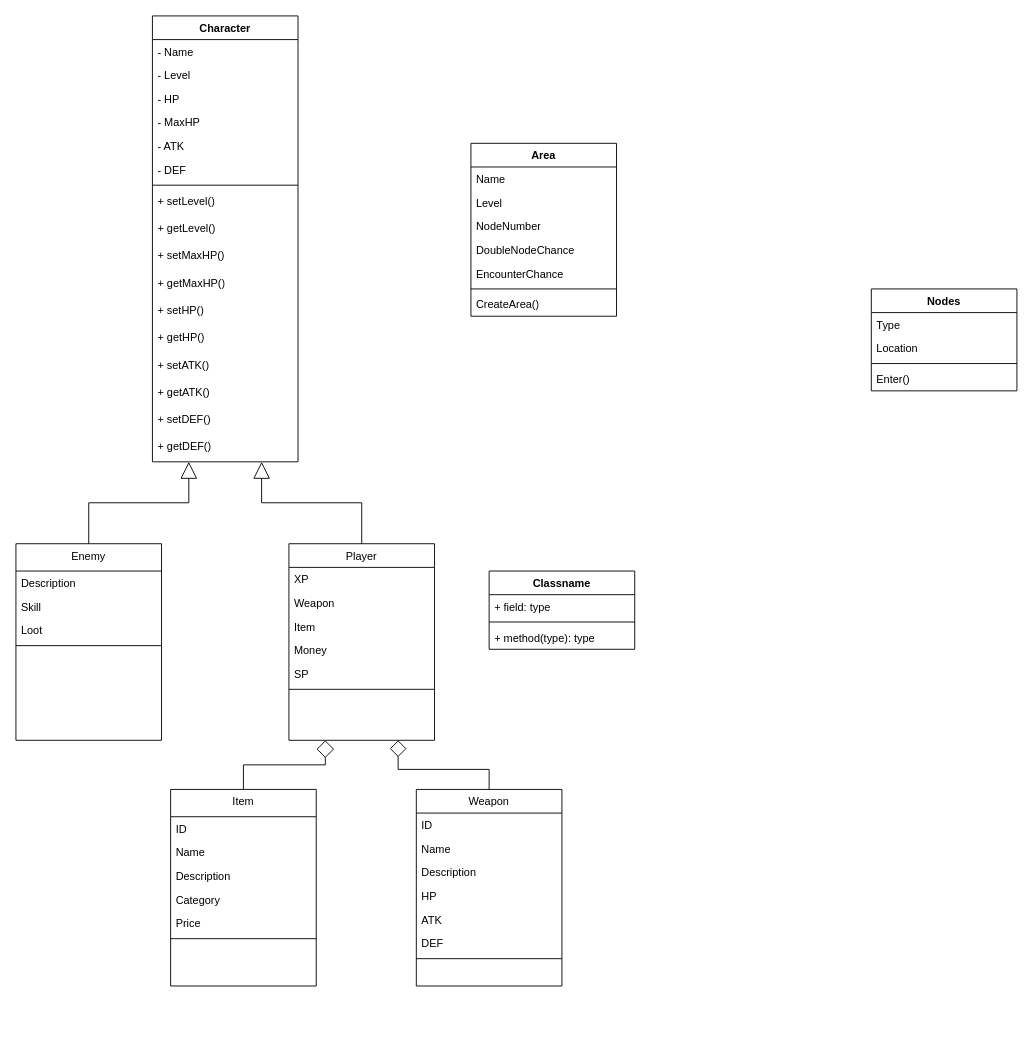
Before: PBL2.drawio in hoanghuyhoc/PBL2, a draw.io diagram. Source tidied: cells renumbered, new cells numbered last; positions are measured from the earlier drawing's top-left corner, leaving out a move shared by most shapes. Both pictures are drawn from the tidied source at 91%, with x=0, y=0 at pixel (15, 15).
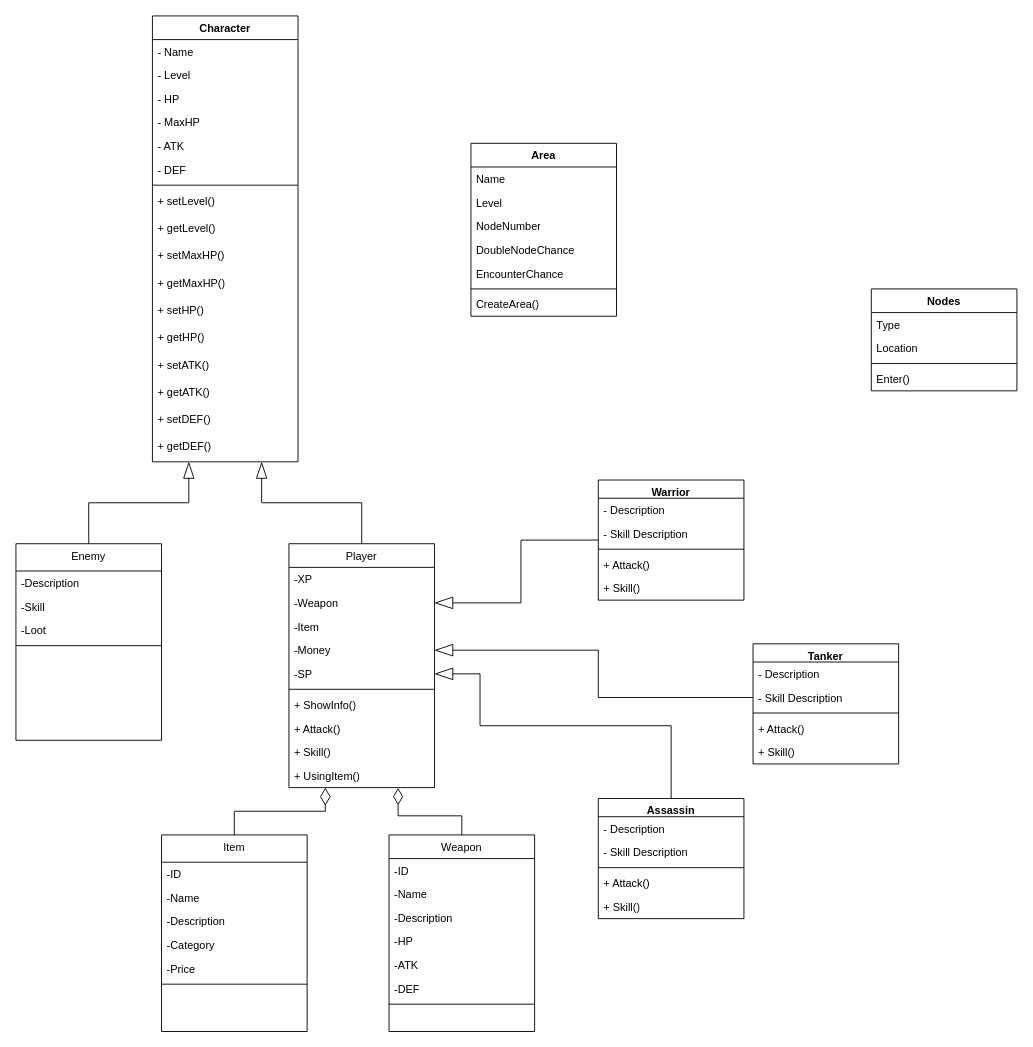
The same diagram, later.

Commit message (it also covers changes not shown here):
Add Player classes: Warrior and Assassin

The change refers to these unchanged cells:
```xml
<mxCell id="2" value="Character" style="swimlane;fontStyle=1;align=center;verticalAlign=top;horizontal=1;startSize=26;rounded=0;shadow=0;strokeWidth=1;" parent="1" vertex="1">
  <mxGeometry x="150" width="160" height="490" as="geometry" />
</mxCell>
<mxCell id="28" value="Enemy" style="swimlane;fontStyle=0;align=center;verticalAlign=top;horizontal=1;startSize=30;rounded=0;shadow=0;strokeWidth=1;" parent="1" vertex="1">
  <mxGeometry y="580" width="160" height="216" as="geometry" />
</mxCell>
```

What changed in the source:
```diff
@@
     <mxCell id="20" value="Player" style="swimlane;fontStyle=0;align=center;verticalAlign=top;horizontal=1;startSize=26;rounded=0;shadow=0;strokeWidth=1;" parent="1" vertex="1">
-      <mxGeometry x="300" y="580" width="160" height="216" as="geometry" />
+      <mxGeometry x="300" y="580" width="160" height="268" as="geometry" />
     </mxCell>
-    <mxCell id="21" value="XP&#10;" style="text;align=left;verticalAlign=top;spacingLeft=4;spacingRight=4;overflow=hidden;" parent="20" vertex="1">
+    <mxCell id="21" value="-XP" style="text;align=left;verticalAlign=top;spacingLeft=4;spacingRight=4;overflow=hidden;" parent="20" vertex="1">
       <mxGeometry y="26" width="160" height="26" as="geometry" />
     </mxCell>
-    <mxCell id="22" value="Weapon" style="text;align=left;verticalAlign=top;spacingLeft=4;spacingRight=4;overflow=hidden;points=[[0,0.5],[1,0.5]];portConstraint=eastwest;rounded=0;shadow=0;html=0;" parent="20" vertex="1">
+    <mxCell id="22" value="-Weapon" style="text;align=left;verticalAlign=top;spacingLeft=4;spacingRight=4;overflow=hidden;points=[[0,0.5],[1,0.5]];portConstraint=eastwest;rounded=0;shadow=0;html=0;" parent="20" vertex="1">
       <mxGeometry y="52" width="160" height="26" as="geometry" />
     </mxCell>
-    <mxCell id="23" value="Item" style="text;align=left;verticalAlign=top;spacingLeft=4;spacingRight=4;overflow=hidden;rounded=0;shadow=0;html=0;" parent="20" vertex="1">
+    <mxCell id="23" value="-Item" style="text;align=left;verticalAlign=top;spacingLeft=4;spacingRight=4;overflow=hidden;rounded=0;shadow=0;html=0;" parent="20" vertex="1">
       <mxGeometry y="78" width="160" height="26" as="geometry" />
     </mxCell>
-    <mxCell id="24" value="Money" style="text;align=left;verticalAlign=top;spacingLeft=4;spacingRight=4;overflow=hidden;points=[[0,0.5],[1,0.5]];portConstraint=eastwest;rounded=0;shadow=0;html=0;" parent="20" vertex="1">
+    <mxCell id="24" value="-Money" style="text;align=left;verticalAlign=top;spacingLeft=4;spacingRight=4;overflow=hidden;points=[[0,0.5],[1,0.5]];portConstraint=eastwest;rounded=0;shadow=0;html=0;" parent="20" vertex="1">
       <mxGeometry y="104" width="160" height="26" as="geometry" />
     </mxCell>
-    <mxCell id="25" value="SP" style="text;align=left;verticalAlign=top;spacingLeft=4;spacingRight=4;overflow=hidden;points=[[0,0.5],[1,0.5]];portConstraint=eastwest;rounded=0;shadow=0;html=0;" parent="20" vertex="1">
+    <mxCell id="25" value="-SP" style="text;align=left;verticalAlign=top;spacingLeft=4;spacingRight=4;overflow=hidden;points=[[0,0.5],[1,0.5]];portConstraint=eastwest;rounded=0;shadow=0;html=0;" parent="20" vertex="1">
       <mxGeometry y="130" width="160" height="26" as="geometry" />
     </mxCell>
@@
+    <mxCell id="68" value="+ ShowInfo()" style="text;strokeColor=none;fillColor=none;align=left;verticalAlign=top;spacingLeft=4;spacingRight=4;overflow=hidden;whiteSpace=wrap;html=1;" parent="20" vertex="1">
+      <mxGeometry y="164" width="160" height="26" as="geometry" />
+    </mxCell>
+    <mxCell id="69" value="+ Attack()" style="text;strokeColor=none;fillColor=none;align=left;verticalAlign=top;spacingLeft=4;spacingRight=4;overflow=hidden;whiteSpace=wrap;html=1;" parent="20" vertex="1">
+      <mxGeometry y="190" width="160" height="26" as="geometry" />
+    </mxCell>
+    <mxCell id="70" value="+ Skill()" style="text;strokeColor=none;fillColor=none;align=left;verticalAlign=top;spacingLeft=4;spacingRight=4;overflow=hidden;whiteSpace=wrap;html=1;" parent="20" vertex="1">
+      <mxGeometry y="216" width="160" height="26" as="geometry" />
+    </mxCell>
+    <mxCell id="71" value="+ UsingItem()" style="text;strokeColor=none;fillColor=none;align=left;verticalAlign=top;spacingLeft=4;spacingRight=4;overflow=hidden;points=[[0,0.5],[1,0.5]];portConstraint=eastwest;whiteSpace=wrap;html=1;" parent="20" vertex="1">
+      <mxGeometry y="242" width="160" height="26" as="geometry" />
+    </mxCell>
-    <mxCell id="27" style="endArrow=block;endSize=16;endFill=0;html=1;rounded=0;exitX=0.5;exitY=0;exitDx=0;exitDy=0;entryX=0.75;entryY=1;entryDx=0;entryDy=0;edgeStyle=orthogonalEdgeStyle;" parent="1" edge="1" source="20" target="2">
+    <mxCell id="27" style="endArrow=blockThin;endSize=16;endFill=0;html=1;rounded=0;exitX=0.5;exitY=0;exitDx=0;exitDy=0;entryX=0.75;entryY=1;entryDx=0;entryDy=0;edgeStyle=orthogonalEdgeStyle;" parent="1" edge="1" source="20" target="2">
       <mxGeometry relative="1" as="geometry" />
     </mxCell>
@@
-    <mxCell id="29" value="Description" style="text;align=left;verticalAlign=top;spacingLeft=4;spacingRight=4;overflow=hidden;" parent="28" vertex="1">
+    <mxCell id="29" value="-Description" style="text;align=left;verticalAlign=top;spacingLeft=4;spacingRight=4;overflow=hidden;" parent="28" vertex="1">
       <mxGeometry y="30" width="160" height="26" as="geometry" />
     </mxCell>
-    <mxCell id="30" value="Skill" style="text;align=left;verticalAlign=top;spacingLeft=4;spacingRight=4;overflow=hidden;rounded=0;shadow=0;html=0;" parent="28" vertex="1">
+    <mxCell id="30" value="-Skill" style="text;align=left;verticalAlign=top;spacingLeft=4;spacingRight=4;overflow=hidden;rounded=0;shadow=0;html=0;" parent="28" vertex="1">
       <mxGeometry y="56" width="160" height="26" as="geometry" />
     </mxCell>
-    <mxCell id="31" value="Loot" style="text;align=left;verticalAlign=top;spacingLeft=4;spacingRight=4;overflow=hidden;rounded=0;shadow=0;html=0;" parent="28" vertex="1">
+    <mxCell id="31" value="-Loot" style="text;align=left;verticalAlign=top;spacingLeft=4;spacingRight=4;overflow=hidden;rounded=0;shadow=0;html=0;" parent="28" vertex="1">
       <mxGeometry y="82" width="160" height="26" as="geometry" />
     </mxCell>
@@
-    <mxCell id="33" style="endArrow=block;endSize=16;endFill=0;html=1;rounded=0;exitX=0.5;exitY=0;exitDx=0;exitDy=0;entryX=0.25;entryY=1;entryDx=0;entryDy=0;edgeStyle=orthogonalEdgeStyle;" parent="1" edge="1" source="28" target="2">
+    <mxCell id="33" style="endArrow=blockThin;endSize=16;endFill=0;html=1;rounded=0;exitX=0.5;exitY=0;exitDx=0;exitDy=0;entryX=0.25;entryY=1;entryDx=0;entryDy=0;edgeStyle=orthogonalEdgeStyle;" parent="1" edge="1" source="28" target="2">
       <mxGeometry relative="1" as="geometry" />
     </mxCell>
-    <mxCell id="34" style="edgeStyle=orthogonalEdgeStyle;rounded=0;jettySize=auto;html=1;exitX=0.5;exitY=0;exitDx=0;exitDy=0;entryX=0.75;entryY=1;entryDx=0;entryDy=0;endArrow=diamond;endFill=0;strokeWidth=1;endSize=16;targetPerimeterSpacing=0;" parent="1" edge="1" source="35" target="20">
+    <mxCell id="34" style="edgeStyle=orthogonalEdgeStyle;rounded=0;jettySize=auto;html=1;exitX=0.5;exitY=0;exitDx=0;exitDy=0;entryX=0.75;entryY=1.013;entryDx=0;entryDy=0;endArrow=diamondThin;endFill=0;strokeWidth=1;endSize=16;targetPerimeterSpacing=0;entryPerimeter=0;" parent="1" edge="1" source="35" target="71">
       <mxGeometry relative="1" as="geometry" />
     </mxCell>
     <mxCell id="35" value="Weapon" style="swimlane;fontStyle=0;align=center;verticalAlign=top;horizontal=1;startSize=26;rounded=0;shadow=0;strokeWidth=1;" parent="1" vertex="1">
-      <mxGeometry x="440" y="850" width="160" height="216" as="geometry" />
+      <mxGeometry x="410" y="900" width="160" height="216" as="geometry" />
     </mxCell>
-    <mxCell id="36" value="ID" style="text;align=left;verticalAlign=top;spacingLeft=4;spacingRight=4;overflow=hidden;" parent="35" vertex="1">
+    <mxCell id="36" value="-ID" style="text;align=left;verticalAlign=top;spacingLeft=4;spacingRight=4;overflow=hidden;" parent="35" vertex="1">
       <mxGeometry y="26" width="160" height="26" as="geometry" />
     </mxCell>
-    <mxCell id="37" value="Name" style="text;align=left;verticalAlign=top;spacingLeft=4;spacingRight=4;overflow=hidden;rounded=0;shadow=0;html=0;" parent="35" vertex="1">
+    <mxCell id="37" value="-Name" style="text;align=left;verticalAlign=top;spacingLeft=4;spacingRight=4;overflow=hidden;rounded=0;shadow=0;html=0;" parent="35" vertex="1">
       <mxGeometry y="52" width="160" height="26" as="geometry" />
     </mxCell>
-    <mxCell id="38" value="Description" style="text;align=left;verticalAlign=top;spacingLeft=4;spacingRight=4;overflow=hidden;rounded=0;shadow=0;html=0;" parent="35" vertex="1">
+    <mxCell id="38" value="-Description" style="text;align=left;verticalAlign=top;spacingLeft=4;spacingRight=4;overflow=hidden;rounded=0;shadow=0;html=0;" parent="35" vertex="1">
       <mxGeometry y="78" width="160" height="26" as="geometry" />
     </mxCell>
-    <mxCell id="39" value="HP" style="text;align=left;verticalAlign=top;spacingLeft=4;spacingRight=4;overflow=hidden;rounded=0;shadow=0;html=0;" parent="35" vertex="1">
+    <mxCell id="39" value="-HP" style="text;align=left;verticalAlign=top;spacingLeft=4;spacingRight=4;overflow=hidden;rounded=0;shadow=0;html=0;" parent="35" vertex="1">
       <mxGeometry y="104" width="160" height="26" as="geometry" />
     </mxCell>
-    <mxCell id="40" value="ATK" style="text;align=left;verticalAlign=top;spacingLeft=4;spacingRight=4;overflow=hidden;rounded=0;shadow=0;html=0;" parent="35" vertex="1">
+    <mxCell id="40" value="-ATK" style="text;align=left;verticalAlign=top;spacingLeft=4;spacingRight=4;overflow=hidden;rounded=0;shadow=0;html=0;" parent="35" vertex="1">
       <mxGeometry y="130" width="160" height="26" as="geometry" />
     </mxCell>
-    <mxCell id="41" value="DEF" style="text;align=left;verticalAlign=top;spacingLeft=4;spacingRight=4;overflow=hidden;rounded=0;shadow=0;html=0;" parent="35" vertex="1">
+    <mxCell id="41" value="-DEF" style="text;align=left;verticalAlign=top;spacingLeft=4;spacingRight=4;overflow=hidden;rounded=0;shadow=0;html=0;" parent="35" vertex="1">
       <mxGeometry y="156" width="160" height="26" as="geometry" />
     </mxCell>
@@
     <mxCell id="43" value="Item" style="swimlane;fontStyle=0;align=center;verticalAlign=top;horizontal=1;startSize=30;rounded=0;shadow=0;strokeWidth=1;" parent="1" vertex="1">
-      <mxGeometry x="170" y="850" width="160" height="216" as="geometry" />
+      <mxGeometry x="160" y="900" width="160" height="216" as="geometry" />
     </mxCell>
-    <mxCell id="44" value="ID" style="text;align=left;verticalAlign=top;spacingLeft=4;spacingRight=4;overflow=hidden;" parent="43" vertex="1">
+    <mxCell id="44" value="-ID" style="text;align=left;verticalAlign=top;spacingLeft=4;spacingRight=4;overflow=hidden;" parent="43" vertex="1">
       <mxGeometry y="30" width="160" height="26" as="geometry" />
     </mxCell>
-    <mxCell id="45" value="Name" style="text;align=left;verticalAlign=top;spacingLeft=4;spacingRight=4;overflow=hidden;rounded=0;shadow=0;html=0;" parent="43" vertex="1">
+    <mxCell id="45" value="-Name" style="text;align=left;verticalAlign=top;spacingLeft=4;spacingRight=4;overflow=hidden;rounded=0;shadow=0;html=0;" parent="43" vertex="1">
       <mxGeometry y="56" width="160" height="26" as="geometry" />
     </mxCell>
-    <mxCell id="46" value="Description" style="text;align=left;verticalAlign=top;spacingLeft=4;spacingRight=4;overflow=hidden;rounded=0;shadow=0;html=0;" parent="43" vertex="1">
+    <mxCell id="46" value="-Description" style="text;align=left;verticalAlign=top;spacingLeft=4;spacingRight=4;overflow=hidden;rounded=0;shadow=0;html=0;" parent="43" vertex="1">
       <mxGeometry y="82" width="160" height="26" as="geometry" />
     </mxCell>
-    <mxCell id="47" value="Category" style="text;align=left;verticalAlign=top;spacingLeft=4;spacingRight=4;overflow=hidden;rounded=0;shadow=0;html=0;" parent="43" vertex="1">
+    <mxCell id="47" value="-Category" style="text;align=left;verticalAlign=top;spacingLeft=4;spacingRight=4;overflow=hidden;rounded=0;shadow=0;html=0;" parent="43" vertex="1">
       <mxGeometry y="108" width="160" height="26" as="geometry" />
     </mxCell>
-    <mxCell id="48" value="Price" style="text;align=left;verticalAlign=top;spacingLeft=4;spacingRight=4;overflow=hidden;rounded=0;shadow=0;html=0;" parent="43" vertex="1">
+    <mxCell id="48" value="-Price" style="text;align=left;verticalAlign=top;spacingLeft=4;spacingRight=4;overflow=hidden;rounded=0;shadow=0;html=0;" parent="43" vertex="1">
       <mxGeometry y="134" width="160" height="26" as="geometry" />
     </mxCell>
@@
-    <mxCell id="50" style="endArrow=diamond;endSize=17;endFill=0;html=1;rounded=0;exitX=0.5;exitY=0;exitDx=0;exitDy=0;entryX=0.25;entryY=1;entryDx=0;entryDy=0;edgeStyle=orthogonalEdgeStyle;" parent="1" edge="1" source="43" target="20">
+    <mxCell id="50" style="endArrow=diamondThin;endSize=17;endFill=0;html=1;rounded=0;exitX=0.5;exitY=0;exitDx=0;exitDy=0;edgeStyle=orthogonalEdgeStyle;entryX=0.25;entryY=1;entryDx=0;entryDy=0;" parent="1" edge="1" source="43" target="20">
       <mxGeometry relative="1" as="geometry" />
     </mxCell>
@@
+    <mxCell id="72" style="edgeStyle=orthogonalEdgeStyle;rounded=0;jettySize=auto;html=1;endArrow=blockThin;endFill=0;endSize=18;entryX=1;entryY=0.5;entryDx=0;entryDy=0;" parent="1" edge="1" source="64" target="22">
+      <mxGeometry relative="1" as="geometry" />
+    </mxCell>
-    <mxCell id="64" value="Classname" style="swimlane;fontStyle=1;align=center;verticalAlign=top;horizontal=1;startSize=26;whiteSpace=wrap;html=1;" parent="1" vertex="1">
-      <mxGeometry x="520" y="610" width="160" height="86" as="geometry" />
+    <mxCell id="64" value="Warrior" style="swimlane;fontStyle=1;align=center;verticalAlign=top;horizontal=1;startSize=20;whiteSpace=wrap;html=1;" parent="1" vertex="1">
+      <mxGeometry x="640" y="510" width="160" height="132" as="geometry" />
     </mxCell>
-    <mxCell id="65" value="+ field: type" style="text;strokeColor=none;fillColor=none;align=left;verticalAlign=top;spacingLeft=4;spacingRight=4;overflow=hidden;whiteSpace=wrap;html=1;" parent="64" vertex="1">
-      <mxGeometry y="26" width="160" height="26" as="geometry" />
-    </mxCell>
+    <mxCell id="73" value="- Description" style="text;strokeColor=none;fillColor=none;align=left;verticalAlign=top;spacingLeft=4;spacingRight=4;overflow=hidden;whiteSpace=wrap;html=1;" parent="64" vertex="1">
+      <mxGeometry y="20" width="160" height="26" as="geometry" />
+    </mxCell>
+    <mxCell id="74" value="- Skill Description" style="text;strokeColor=none;fillColor=none;align=left;verticalAlign=top;spacingLeft=4;spacingRight=4;overflow=hidden;whiteSpace=wrap;html=1;" parent="64" vertex="1">
+      <mxGeometry y="46" width="160" height="26" as="geometry" />
+    </mxCell>
     <mxCell id="66" style="line;strokeWidth=1;fillColor=none;align=left;verticalAlign=middle;spacingTop=-1;spacingLeft=3;spacingRight=3;labelPosition=right;strokeColor=inherit;" parent="64" vertex="1">
-      <mxGeometry y="52" width="160" height="8" as="geometry" />
+      <mxGeometry y="72" width="160" height="8" as="geometry" />
     </mxCell>
-    <mxCell id="67" value="+ method(type): type" style="text;strokeColor=none;fillColor=none;align=left;verticalAlign=top;spacingLeft=4;spacingRight=4;overflow=hidden;whiteSpace=wrap;html=1;" parent="64" vertex="1">
-      <mxGeometry y="60" width="160" height="26" as="geometry" />
+    <mxCell id="67" value="+ Attack()" style="text;strokeColor=none;fillColor=none;align=left;verticalAlign=top;spacingLeft=4;spacingRight=4;overflow=hidden;whiteSpace=wrap;html=1;" parent="64" vertex="1">
+      <mxGeometry y="80" width="160" height="26" as="geometry" />
     </mxCell>
+    <mxCell id="75" value="+ Skill()" style="text;strokeColor=none;fillColor=none;align=left;verticalAlign=top;spacingLeft=4;spacingRight=4;overflow=hidden;whiteSpace=wrap;html=1;" parent="64" vertex="1">
+      <mxGeometry y="106" width="160" height="26" as="geometry" />
+    </mxCell>
+    <mxCell id="76" value="Tanker" style="swimlane;fontStyle=1;align=center;verticalAlign=top;horizontal=1;startSize=20;whiteSpace=wrap;html=1;" parent="1" vertex="1">
+      <mxGeometry x="810" y="690" width="160" height="132" as="geometry" />
+    </mxCell>
+    <mxCell id="77" value="- Description" style="text;strokeColor=none;fillColor=none;align=left;verticalAlign=top;spacingLeft=4;spacingRight=4;overflow=hidden;whiteSpace=wrap;html=1;" parent="76" vertex="1">
+      <mxGeometry y="20" width="160" height="26" as="geometry" />
+    </mxCell>
+    <mxCell id="78" value="- Skill Description" style="text;strokeColor=none;fillColor=none;align=left;verticalAlign=top;spacingLeft=4;spacingRight=4;overflow=hidden;points=[[0,0.5],[1,0.5]];portConstraint=eastwest;whiteSpace=wrap;html=1;" parent="76" vertex="1">
+      <mxGeometry y="46" width="160" height="26" as="geometry" />
+    </mxCell>
+    <mxCell id="79" style="line;strokeWidth=1;fillColor=none;align=left;verticalAlign=middle;spacingTop=-1;spacingLeft=3;spacingRight=3;labelPosition=right;strokeColor=inherit;" parent="76" vertex="1">
+      <mxGeometry y="72" width="160" height="8" as="geometry" />
+    </mxCell>
+    <mxCell id="80" value="+ Attack()" style="text;strokeColor=none;fillColor=none;align=left;verticalAlign=top;spacingLeft=4;spacingRight=4;overflow=hidden;whiteSpace=wrap;html=1;" parent="76" vertex="1">
+      <mxGeometry y="80" width="160" height="26" as="geometry" />
+    </mxCell>
+    <mxCell id="81" value="+ Skill()" style="text;strokeColor=none;fillColor=none;align=left;verticalAlign=top;spacingLeft=4;spacingRight=4;overflow=hidden;whiteSpace=wrap;html=1;" parent="76" vertex="1">
+      <mxGeometry y="106" width="160" height="26" as="geometry" />
+    </mxCell>
+    <mxCell id="82" value="Assassin" style="swimlane;fontStyle=1;align=center;verticalAlign=top;horizontal=1;startSize=20;whiteSpace=wrap;html=1;" parent="1" vertex="1">
+      <mxGeometry x="640" y="860" width="160" height="132" as="geometry" />
+    </mxCell>
+    <mxCell id="83" value="- Description" style="text;strokeColor=none;fillColor=none;align=left;verticalAlign=top;spacingLeft=4;spacingRight=4;overflow=hidden;whiteSpace=wrap;html=1;" parent="82" vertex="1">
+      <mxGeometry y="20" width="160" height="26" as="geometry" />
+    </mxCell>
+    <mxCell id="84" value="- Skill Description" style="text;strokeColor=none;fillColor=none;align=left;verticalAlign=top;spacingLeft=4;spacingRight=4;overflow=hidden;whiteSpace=wrap;html=1;" parent="82" vertex="1">
+      <mxGeometry y="46" width="160" height="26" as="geometry" />
+    </mxCell>
+    <mxCell id="85" style="line;strokeWidth=1;fillColor=none;align=left;verticalAlign=middle;spacingTop=-1;spacingLeft=3;spacingRight=3;labelPosition=right;strokeColor=inherit;" parent="82" vertex="1">
+      <mxGeometry y="72" width="160" height="8" as="geometry" />
+    </mxCell>
+    <mxCell id="86" value="+ Attack()" style="text;strokeColor=none;fillColor=none;align=left;verticalAlign=top;spacingLeft=4;spacingRight=4;overflow=hidden;whiteSpace=wrap;html=1;" parent="82" vertex="1">
+      <mxGeometry y="80" width="160" height="26" as="geometry" />
+    </mxCell>
+    <mxCell id="87" value="+ Skill()" style="text;strokeColor=none;fillColor=none;align=left;verticalAlign=top;spacingLeft=4;spacingRight=4;overflow=hidden;whiteSpace=wrap;html=1;" parent="82" vertex="1">
+      <mxGeometry y="106" width="160" height="26" as="geometry" />
+    </mxCell>
+    <mxCell id="88" style="edgeStyle=orthogonalEdgeStyle;rounded=0;jettySize=auto;html=1;entryX=1;entryY=0.5;entryDx=0;entryDy=0;endArrow=blockThin;endFill=0;endSize=18;exitX=0;exitY=0.5;exitDx=0;exitDy=0;strokeColor=default;jumpStyle=none;" parent="1" edge="1" source="78" target="24">
+      <mxGeometry relative="1" as="geometry" />
+    </mxCell>
+    <mxCell id="89" style="edgeStyle=orthogonalEdgeStyle;rounded=0;jettySize=auto;html=1;entryX=1;entryY=0.5;entryDx=0;entryDy=0;endArrow=blockThin;endFill=0;endSize=18;exitX=0.5;exitY=0;exitDx=0;exitDy=0;jumpStyle=none;" parent="1" edge="1" source="82" target="25">
+      <mxGeometry relative="1" as="geometry">
+        <Array as="points">
+          <mxPoint x="720" y="780" />
+          <mxPoint x="510" y="780" />
+          <mxPoint x="510" y="723" />
+        </Array>
+      </mxGeometry>
+    </mxCell>
```
